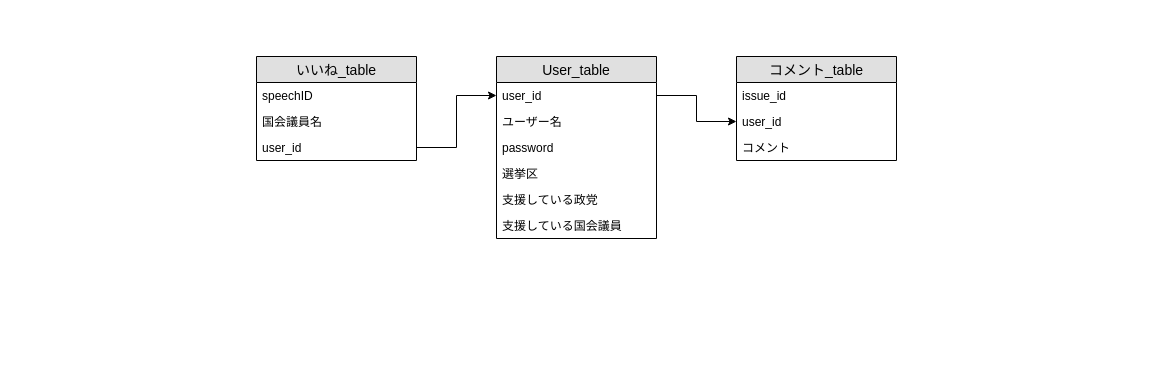
This is er図.drawio from tukuhuse/myportfolio, a draw.io file, before an edit. Source tidied: cells renumbered, new cells numbered last; positions are measured from the earlier drawing's top-left corner, leaving out a move shared by most shapes. Both pictures are drawn from the tidied source at 100%, with x=0, y=0 at pixel (256, 56).
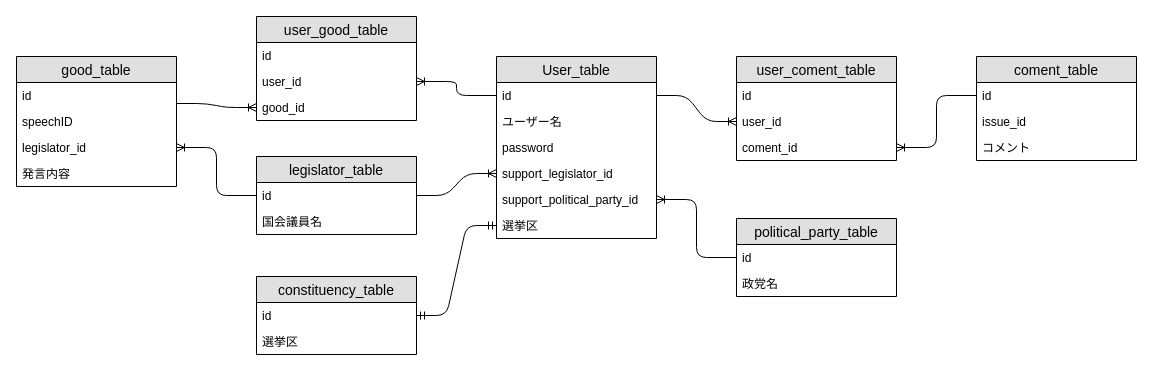
The same page after the edit.

Commit message:
er図中間テーブルを作成しました

The change refers to these unchanged cells:
```xml
<mxCell id="2" value="User_table" style="swimlane;fontStyle=0;horizontal=1;startSize=26;fillColor=#e0e0e0;swimlaneFillColor=#ffffff;align=center;fontSize=14;" parent="1" vertex="1">
  <mxGeometry x="240" width="160" height="182" as="geometry" />
</mxCell>
```

Diff of the diagram source:
```diff
@@
-    <mxCell id="3" value="user_id" style="text;strokeColor=none;fillColor=none;spacingLeft=4;spacingRight=4;overflow=hidden;points=[[0,0.5],[1,0.5]];portConstraint=eastwest;fontSize=12;" parent="2" vertex="1">
+    <mxCell id="3" value="id" style="text;strokeColor=none;fillColor=none;spacingLeft=4;spacingRight=4;overflow=hidden;points=[[0,0.5],[1,0.5]];portConstraint=eastwest;fontSize=12;" parent="2" vertex="1">
       <mxGeometry y="26" width="160" height="26" as="geometry" />
     </mxCell>
@@
+    <mxCell id="8" value="support_legislator_id" style="text;strokeColor=none;fillColor=none;spacingLeft=4;spacingRight=4;overflow=hidden;points=[[0,0.5],[1,0.5]];portConstraint=eastwest;fontSize=12;" parent="2" vertex="1">
+      <mxGeometry y="104" width="160" height="26" as="geometry" />
+    </mxCell>
+    <mxCell id="7" value="support_political_party_id" style="text;strokeColor=none;fillColor=none;spacingLeft=4;spacingRight=4;overflow=hidden;points=[[0,0.5],[1,0.5]];portConstraint=eastwest;fontSize=12;" parent="2" vertex="1">
+      <mxGeometry y="130" width="160" height="26" as="geometry" />
+    </mxCell>
     <mxCell id="6" value="選挙区" style="text;strokeColor=none;fillColor=none;spacingLeft=4;spacingRight=4;overflow=hidden;points=[[0,0.5],[1,0.5]];portConstraint=eastwest;fontSize=12;" parent="2" vertex="1">
-      <mxGeometry y="104" width="160" height="26" as="geometry" />
+      <mxGeometry y="156" width="160" height="26" as="geometry" />
     </mxCell>
-    <mxCell id="7" value="支援している政党" style="text;strokeColor=none;fillColor=none;spacingLeft=4;spacingRight=4;overflow=hidden;points=[[0,0.5],[1,0.5]];portConstraint=eastwest;fontSize=12;" parent="2" vertex="1">
-      <mxGeometry y="130" width="160" height="26" as="geometry" />
-    </mxCell>
-    <mxCell id="8" value="支援している国会議員" style="text;strokeColor=none;fillColor=none;spacingLeft=4;spacingRight=4;overflow=hidden;points=[[0,0.5],[1,0.5]];portConstraint=eastwest;fontSize=12;" parent="2" vertex="1">
-      <mxGeometry y="156" width="160" height="26" as="geometry" />
-    </mxCell>
-    <mxCell id="9" value="いいね_table" style="swimlane;fontStyle=0;horizontal=1;startSize=26;fillColor=#e0e0e0;swimlaneFillColor=#ffffff;align=center;fontSize=14;" parent="1" vertex="1">
-      <mxGeometry width="160" height="104" as="geometry" />
+    <mxCell id="9" value="good_table" style="swimlane;fontStyle=0;horizontal=1;startSize=26;fillColor=#e0e0e0;swimlaneFillColor=#ffffff;align=center;fontSize=14;" parent="1" vertex="1">
+      <mxGeometry x="-240" width="160" height="130" as="geometry" />
     </mxCell>
+    <mxCell id="19" value="id" style="text;strokeColor=none;fillColor=none;spacingLeft=4;spacingRight=4;overflow=hidden;fontSize=12;" parent="9" vertex="1">
+      <mxGeometry y="26" width="160" height="26" as="geometry" />
+    </mxCell>
     <mxCell id="10" value="speechID" style="text;strokeColor=none;fillColor=none;spacingLeft=4;spacingRight=4;overflow=hidden;points=[[0,0.5],[1,0.5]];portConstraint=eastwest;fontSize=12;" parent="9" vertex="1">
-      <mxGeometry y="26" width="160" height="26" as="geometry" />
+      <mxGeometry y="52" width="160" height="26" as="geometry" />
     </mxCell>
+    <mxCell id="20" value="legislator_id" style="text;strokeColor=none;fillColor=none;spacingLeft=4;spacingRight=4;overflow=hidden;points=[[0,0.5],[1,0.5]];portConstraint=eastwest;fontSize=12;" parent="9" vertex="1">
+      <mxGeometry y="78" width="160" height="26" as="geometry" />
+    </mxCell>
-    <mxCell id="11" value="国会議員名" style="text;strokeColor=none;fillColor=none;spacingLeft=4;spacingRight=4;overflow=hidden;fontSize=12;" parent="9" vertex="1">
-      <mxGeometry y="52" width="160" height="26" as="geometry" />
+    <mxCell id="11" value="発言内容" style="text;strokeColor=none;fillColor=none;spacingLeft=4;spacingRight=4;overflow=hidden;fontSize=12;" parent="9" vertex="1">
+      <mxGeometry y="104" width="160" height="26" as="geometry" />
     </mxCell>
-    <mxCell id="12" value="user_id" style="text;strokeColor=none;fillColor=none;spacingLeft=4;spacingRight=4;overflow=hidden;points=[[0,0.5],[1,0.5]];portConstraint=eastwest;fontSize=12;" parent="9" vertex="1">
-      <mxGeometry y="78" width="160" height="26" as="geometry" />
-    </mxCell>
-    <mxCell id="13" value="コメント_table" style="swimlane;fontStyle=0;horizontal=1;startSize=26;fillColor=#e0e0e0;swimlaneFillColor=#ffffff;align=center;fontSize=14;" parent="1" vertex="1">
-      <mxGeometry x="480" width="160" height="104" as="geometry" />
+    <mxCell id="13" value="coment_table" style="swimlane;fontStyle=0;horizontal=1;startSize=26;fillColor=#e0e0e0;swimlaneFillColor=#ffffff;align=center;fontSize=14;" parent="1" vertex="1">
+      <mxGeometry x="720" width="160" height="104" as="geometry" />
     </mxCell>
-    <mxCell id="14" value="issue_id" style="text;strokeColor=none;fillColor=none;spacingLeft=4;spacingRight=4;overflow=hidden;points=[[0,0.5],[1,0.5]];portConstraint=eastwest;fontSize=12;" parent="13" vertex="1">
+    <mxCell id="14" value="id" style="text;strokeColor=none;fillColor=none;spacingLeft=4;spacingRight=4;overflow=hidden;points=[[0,0.5],[1,0.5]];portConstraint=eastwest;fontSize=12;" parent="13" vertex="1">
       <mxGeometry y="26" width="160" height="26" as="geometry" />
     </mxCell>
-    <mxCell id="15" value="user_id" style="text;strokeColor=none;fillColor=none;spacingLeft=4;spacingRight=4;overflow=hidden;points=[[0,0.5],[1,0.5]];portConstraint=eastwest;fontSize=12;" parent="13" vertex="1">
-      <mxGeometry y="52" width="160" height="26" as="geometry" />
-    </mxCell>
+    <mxCell id="21" value="issue_id" style="text;strokeColor=none;fillColor=none;spacingLeft=4;spacingRight=4;overflow=hidden;fontSize=12;" parent="13" vertex="1">
+      <mxGeometry y="52" width="160" height="26" as="geometry" />
+    </mxCell>
@@
-    <mxCell id="17" style="edgeStyle=orthogonalEdgeStyle;rounded=0;jettySize=auto;html=1;exitX=1;exitY=0.5;exitDx=0;exitDy=0;" parent="1" edge="1" source="12" target="3">
-      <mxGeometry relative="1" as="geometry" />
-    </mxCell>
-    <mxCell id="18" style="edgeStyle=orthogonalEdgeStyle;rounded=0;jettySize=auto;html=1;entryX=0;entryY=0.5;entryDx=0;entryDy=0;" parent="1" edge="1" source="3" target="15">
-      <mxGeometry relative="1" as="geometry" />
-    </mxCell>
+    <mxCell id="22" value="user_good_table" style="swimlane;fontStyle=0;horizontal=1;startSize=26;fillColor=#e0e0e0;swimlaneFillColor=#ffffff;align=center;fontSize=14;" parent="1" vertex="1">
+      <mxGeometry y="-40" width="160" height="104" as="geometry" />
+    </mxCell>
+    <mxCell id="23" value="id" style="text;strokeColor=none;fillColor=none;spacingLeft=4;spacingRight=4;overflow=hidden;fontSize=12;" parent="22" vertex="1">
+      <mxGeometry y="26" width="160" height="26" as="geometry" />
+    </mxCell>
+    <mxCell id="24" value="user_id" style="text;strokeColor=none;fillColor=none;spacingLeft=4;spacingRight=4;overflow=hidden;points=[[0,0.5],[1,0.5]];portConstraint=eastwest;fontSize=12;" parent="22" vertex="1">
+      <mxGeometry y="52" width="160" height="26" as="geometry" />
+    </mxCell>
+    <mxCell id="25" value="good_id" style="text;strokeColor=none;fillColor=none;spacingLeft=4;spacingRight=4;overflow=hidden;points=[[0,0.5],[1,0.5]];portConstraint=eastwest;fontSize=12;" parent="22" vertex="1">
+      <mxGeometry y="78" width="160" height="26" as="geometry" />
+    </mxCell>
+    <mxCell id="26" style="edgeStyle=entityRelationEdgeStyle;fontSize=12;html=1;endArrow=ERoneToMany;entryX=0;entryY=0.5;entryDx=0;entryDy=0;exitX=1;exitY=-0.192;exitDx=0;exitDy=0;exitPerimeter=0;" parent="1" edge="1" source="10" target="25">
+      <mxGeometry relative="1" as="geometry" />
+    </mxCell>
+    <mxCell id="27" value="user_coment_table" style="swimlane;fontStyle=0;horizontal=1;startSize=26;fillColor=#e0e0e0;swimlaneFillColor=#ffffff;align=center;fontSize=14;" parent="1" vertex="1">
+      <mxGeometry x="480" width="160" height="104" as="geometry" />
+    </mxCell>
+    <mxCell id="28" value="id" style="text;strokeColor=none;fillColor=none;spacingLeft=4;spacingRight=4;overflow=hidden;fontSize=12;" parent="27" vertex="1">
+      <mxGeometry y="26" width="160" height="26" as="geometry" />
+    </mxCell>
+    <mxCell id="29" value="user_id" style="text;strokeColor=none;fillColor=none;spacingLeft=4;spacingRight=4;overflow=hidden;points=[[0,0.5],[1,0.5]];portConstraint=eastwest;fontSize=12;" parent="27" vertex="1">
+      <mxGeometry y="52" width="160" height="26" as="geometry" />
+    </mxCell>
+    <mxCell id="30" value="coment_id" style="text;strokeColor=none;fillColor=none;spacingLeft=4;spacingRight=4;overflow=hidden;points=[[0,0.5],[1,0.5]];portConstraint=eastwest;fontSize=12;" parent="27" vertex="1">
+      <mxGeometry y="78" width="160" height="26" as="geometry" />
+    </mxCell>
+    <mxCell id="31" style="edgeStyle=elbowEdgeStyle;fontSize=12;html=1;endArrow=ERoneToMany;exitX=0;exitY=0.5;exitDx=0;exitDy=0;entryX=1;entryY=0.5;entryDx=0;entryDy=0;" parent="1" edge="1" source="3" target="24">
+      <mxGeometry relative="1" as="geometry" />
+    </mxCell>
+    <mxCell id="32" style="edgeStyle=elbowEdgeStyle;fontSize=12;html=1;endArrow=ERoneToMany;entryX=1;entryY=0.5;entryDx=0;entryDy=0;exitX=0;exitY=0.5;exitDx=0;exitDy=0;" parent="1" edge="1" source="14" target="30">
+      <mxGeometry relative="1" as="geometry" />
+    </mxCell>
+    <mxCell id="33" value="legislator_table" style="swimlane;fontStyle=0;horizontal=1;startSize=26;fillColor=#e0e0e0;swimlaneFillColor=#ffffff;align=center;fontSize=14;" parent="1" vertex="1">
+      <mxGeometry y="100" width="160" height="78" as="geometry" />
+    </mxCell>
+    <mxCell id="34" value="id" style="text;strokeColor=none;fillColor=none;spacingLeft=4;spacingRight=4;overflow=hidden;points=[[0,0.5],[1,0.5]];portConstraint=eastwest;fontSize=12;" parent="33" vertex="1">
+      <mxGeometry y="26" width="160" height="26" as="geometry" />
+    </mxCell>
+    <mxCell id="35" value="国会議員名" style="text;strokeColor=none;fillColor=none;spacingLeft=4;spacingRight=4;overflow=hidden;fontSize=12;" parent="33" vertex="1">
+      <mxGeometry y="52" width="160" height="26" as="geometry" />
+    </mxCell>
+    <mxCell id="36" style="edgeStyle=entityRelationEdgeStyle;fontSize=12;html=1;endArrow=ERoneToMany;exitX=1;exitY=0.5;exitDx=0;exitDy=0;entryX=0;entryY=0.5;entryDx=0;entryDy=0;" parent="1" edge="1" source="3" target="29">
+      <mxGeometry relative="1" as="geometry" />
+    </mxCell>
+    <mxCell id="37" style="edgeStyle=entityRelationEdgeStyle;fontSize=12;html=1;endArrow=ERoneToMany;entryX=0;entryY=0.5;entryDx=0;entryDy=0;exitX=1;exitY=0.5;exitDx=0;exitDy=0;" parent="1" edge="1" source="34" target="8">
+      <mxGeometry relative="1" as="geometry" />
+    </mxCell>
+    <mxCell id="38" style="edgeStyle=elbowEdgeStyle;fontSize=12;html=1;endArrow=ERoneToMany;entryX=1;entryY=0.5;entryDx=0;entryDy=0;exitX=0;exitY=0.5;exitDx=0;exitDy=0;" parent="1" edge="1" source="34" target="20">
+      <mxGeometry relative="1" as="geometry" />
+    </mxCell>
+    <mxCell id="39" value="political_party_table" style="swimlane;fontStyle=0;horizontal=1;startSize=26;fillColor=#e0e0e0;swimlaneFillColor=#ffffff;align=center;fontSize=14;" parent="1" vertex="1">
+      <mxGeometry x="480" y="162" width="160" height="78" as="geometry" />
+    </mxCell>
+    <mxCell id="40" value="id" style="text;strokeColor=none;fillColor=none;spacingLeft=4;spacingRight=4;overflow=hidden;points=[[0,0.5],[1,0.5]];portConstraint=eastwest;fontSize=12;" parent="39" vertex="1">
+      <mxGeometry y="26" width="160" height="26" as="geometry" />
+    </mxCell>
+    <mxCell id="41" value="政党名" style="text;strokeColor=none;fillColor=none;spacingLeft=4;spacingRight=4;overflow=hidden;fontSize=12;" parent="39" vertex="1">
+      <mxGeometry y="52" width="160" height="26" as="geometry" />
+    </mxCell>
+    <mxCell id="42" style="edgeStyle=elbowEdgeStyle;fontSize=12;html=1;endArrow=ERoneToMany;entryX=1;entryY=0.5;entryDx=0;entryDy=0;exitX=0;exitY=0.5;exitDx=0;exitDy=0;" parent="1" edge="1" source="40" target="7">
+      <mxGeometry relative="1" as="geometry" />
+    </mxCell>
+    <mxCell id="43" value="constituency_table" style="swimlane;fontStyle=0;horizontal=1;startSize=26;fillColor=#e0e0e0;swimlaneFillColor=#ffffff;align=center;fontSize=14;" parent="1" vertex="1">
+      <mxGeometry y="220" width="160" height="78" as="geometry" />
+    </mxCell>
+    <mxCell id="44" value="id" style="text;strokeColor=none;fillColor=none;spacingLeft=4;spacingRight=4;overflow=hidden;points=[[0,0.5],[1,0.5]];portConstraint=eastwest;fontSize=12;" parent="43" vertex="1">
+      <mxGeometry y="26" width="160" height="26" as="geometry" />
+    </mxCell>
+    <mxCell id="45" value="選挙区" style="text;strokeColor=none;fillColor=none;spacingLeft=4;spacingRight=4;overflow=hidden;fontSize=12;" parent="43" vertex="1">
+      <mxGeometry y="52" width="160" height="26" as="geometry" />
+    </mxCell>
+    <mxCell id="46" style="edgeStyle=entityRelationEdgeStyle;fontSize=12;html=1;endArrow=ERmandOne;startArrow=ERmandOne;entryX=0;entryY=0.5;entryDx=0;entryDy=0;exitX=1;exitY=0.5;exitDx=0;exitDy=0;" parent="1" edge="1" source="44" target="6">
+      <mxGeometry relative="1" as="geometry" />
+    </mxCell>
```
